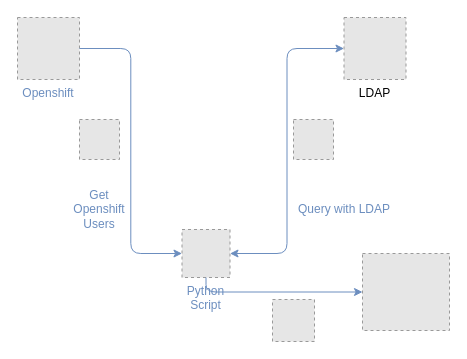
Above: Untitled Diagram.drawio in minguss/LDAP-Python-Controller (draw.io), before the change. Source tidied: cells renumbered, new cells numbered last; positions are measured from the earlier drawing's top-left corner, leaving out a move shared by most shapes. Both pictures are drawn from the tidied source at 100%, with x=0, y=0 at pixel (17, 17). Pictures stored in the file or linked from it are replaced by grey dashed boxes.
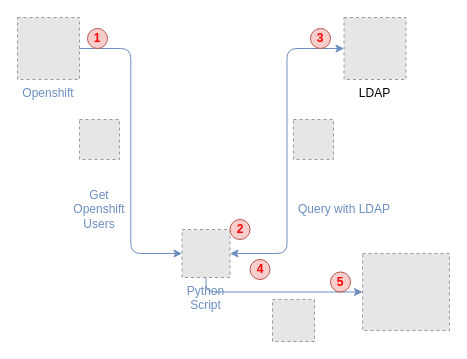
The same page after the edit.

Change to the diagram source:
```diff
@@
 <mxGraphModel>
   <root>
     <mxCell id="0" />
     <mxCell id="1" parent="0" />
     <mxCell id="2" value="Openshift" style="fillColor=#E6E6E6;strokeColor=#999999;dashed=1;verticalLabelPosition=bottom;labelBackgroundColor=#ffffff;verticalAlign=top;fontColor=#6C8EBF;" parent="1" vertex="1">
       <mxGeometry width="62" height="62" as="geometry" />
     </mxCell>
     <mxCell id="3" style="fillColor=#E6E6E6;strokeColor=#999999;dashed=1;verticalLabelPosition=bottom;labelBackgroundColor=#ffffff;verticalAlign=top;" parent="1" vertex="1">
       <mxGeometry x="255" y="282" width="42" height="42" as="geometry" />
     </mxCell>
     <mxCell id="4" value="Python&#10;Script" style="fillColor=#E6E6E6;strokeColor=#999999;dashed=1;verticalLabelPosition=bottom;labelBackgroundColor=#ffffff;verticalAlign=top;fontColor=#6C8EBF;" parent="1" vertex="1">
       <mxGeometry x="164.5" y="212" width="48" height="48" as="geometry" />
     </mxCell>
     <mxCell id="5" style="fillColor=#E6E6E6;strokeColor=#999999;dashed=1;verticalLabelPosition=bottom;labelBackgroundColor=#ffffff;verticalAlign=top;" parent="1" vertex="1">
       <mxGeometry x="62" y="102" width="40" height="40" as="geometry" />
     </mxCell>
     <mxCell id="6" value="LDAP" style="fillColor=#E6E6E6;strokeColor=#999999;dashed=1;verticalLabelPosition=bottom;labelBackgroundColor=#ffffff;verticalAlign=top;" parent="1" vertex="1">
       <mxGeometry x="326.5" width="62" height="62" as="geometry" />
     </mxCell>
     <mxCell id="7" value="Get Openshift Users" style="text;html=1;strokeColor=none;fillColor=none;align=center;verticalAlign=middle;whiteSpace=wrap;rounded=0;fontColor=#6C8EBF;" parent="1" vertex="1">
       <mxGeometry x="62" y="182" width="40" height="20" as="geometry" />
     </mxCell>
     <mxCell id="8" style="fillColor=#E6E6E6;strokeColor=#999999;dashed=1;verticalLabelPosition=bottom;labelBackgroundColor=#ffffff;verticalAlign=top;" parent="1" vertex="1">
       <mxGeometry x="345" y="236" width="87" height="77" as="geometry" />
     </mxCell>
     <mxCell id="9" style="endArrow=classic;html=1;exitX=1;exitY=0.5;exitDx=0;exitDy=0;entryX=0;entryY=0.5;entryDx=0;entryDy=0;edgeStyle=orthogonalEdgeStyle;fillColor=#dae8fc;strokeColor=#6c8ebf;" parent="1" edge="1" source="2" target="4">
       <mxGeometry relative="1" as="geometry" />
     </mxCell>
     <mxCell id="10" style="endArrow=classic;html=1;exitX=1;exitY=0.5;exitDx=0;exitDy=0;entryX=0;entryY=0.5;entryDx=0;entryDy=0;edgeStyle=orthogonalEdgeStyle;fillColor=#dae8fc;strokeColor=#6c8ebf;startArrow=classic;startFill=1;" parent="1" edge="1" source="4" target="6">
       <mxGeometry relative="1" as="geometry" />
     </mxCell>
     <mxCell id="11" style="fillColor=#E6E6E6;strokeColor=#999999;dashed=1;verticalLabelPosition=bottom;labelBackgroundColor=#ffffff;verticalAlign=top;" parent="1" vertex="1">
       <mxGeometry x="276" y="102" width="40" height="40" as="geometry" />
     </mxCell>
     <mxCell id="12" value="Query with LDAP" style="text;html=1;strokeColor=none;fillColor=none;align=center;verticalAlign=middle;whiteSpace=wrap;rounded=0;fontColor=#6C8EBF;" parent="1" vertex="1">
       <mxGeometry x="272" y="182" width="110" height="20" as="geometry" />
     </mxCell>
     <mxCell id="13" style="endArrow=classic;html=1;exitX=0.5;exitY=1;exitDx=0;exitDy=0;entryX=0;entryY=0.5;entryDx=0;entryDy=0;edgeStyle=orthogonalEdgeStyle;fillColor=#dae8fc;strokeColor=#6c8ebf;startArrow=none;startFill=0;" parent="1" edge="1" source="4" target="8">
       <mxGeometry relative="1" as="geometry" />
     </mxCell>
+    <mxCell id="14" value="1" style="ellipse;whiteSpace=wrap;html=1;fillColor=#f8cecc;strokeColor=#b85450;fontStyle=1;fontColor=#FF0000;" parent="1" vertex="1">
+      <mxGeometry x="70" y="11" width="20" height="20" as="geometry" />
+    </mxCell>
+    <mxCell id="15" value="2" style="ellipse;whiteSpace=wrap;html=1;fillColor=#f8cecc;strokeColor=#b85450;fontStyle=1;fontColor=#FF0000;" parent="1" vertex="1">
+      <mxGeometry x="212.5" y="202" width="20" height="20" as="geometry" />
+    </mxCell>
+    <mxCell id="16" value="3" style="ellipse;whiteSpace=wrap;html=1;fillColor=#f8cecc;strokeColor=#b85450;fontStyle=1;fontColor=#FF0000;" parent="1" vertex="1">
+      <mxGeometry x="293" y="11" width="20" height="20" as="geometry" />
+    </mxCell>
+    <mxCell id="17" value="4" style="ellipse;whiteSpace=wrap;html=1;fillColor=#f8cecc;strokeColor=#b85450;fontStyle=1;fontColor=#FF0000;" parent="1" vertex="1">
+      <mxGeometry x="232.5" y="242" width="20" height="20" as="geometry" />
+    </mxCell>
+    <mxCell id="18" value="5" style="ellipse;whiteSpace=wrap;html=1;fillColor=#f8cecc;strokeColor=#b85450;fontStyle=1;fontColor=#FF0000;" parent="1" vertex="1">
+      <mxGeometry x="313" y="254.5" width="20" height="20" as="geometry" />
+    </mxCell>
   </root>
 </mxGraphModel>
```
